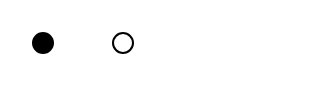
Earlier version of the draw.io diagram steg示意图.drawio (Zhou-AY/hello-world). Source tidied: cells renumbered, new cells numbered last; positions are measured from the earlier drawing's top-left corner, leaving out a move shared by most shapes. Both pictures are drawn from the tidied source at 200%, with x=0, y=0 at pixel (32, 32).
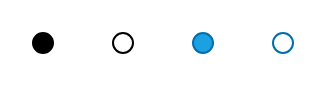
After the change.

Commit message (it also covers changes not shown here):
更新steg示意图.drawio

Change to the diagram source:
```diff
@@
 <mxGraphModel>
   <root>
     <mxCell id="0" />
     <mxCell id="1" parent="0" />
     <mxCell id="2" style="ellipse;whiteSpace=wrap;html=1;fillColor=#000000;" parent="1" vertex="1">
       <mxGeometry width="10" height="10" as="geometry" />
     </mxCell>
     <mxCell id="3" style="ellipse;whiteSpace=wrap;html=1;fillColor=none;" parent="1" vertex="1">
       <mxGeometry x="40" width="10" height="10" as="geometry" />
     </mxCell>
+    <mxCell id="4" style="ellipse;whiteSpace=wrap;html=1;fillColor=#1ba1e2;fontColor=#ffffff;strokeColor=#006EAF;" parent="1" vertex="1">
+      <mxGeometry x="80" width="10" height="10" as="geometry" />
+    </mxCell>
+    <mxCell id="5" style="ellipse;whiteSpace=wrap;html=1;fillColor=none;fontColor=#ffffff;strokeColor=#006EAF;" parent="1" vertex="1">
+      <mxGeometry x="120" width="10" height="10" as="geometry" />
+    </mxCell>
   </root>
 </mxGraphModel>
```
